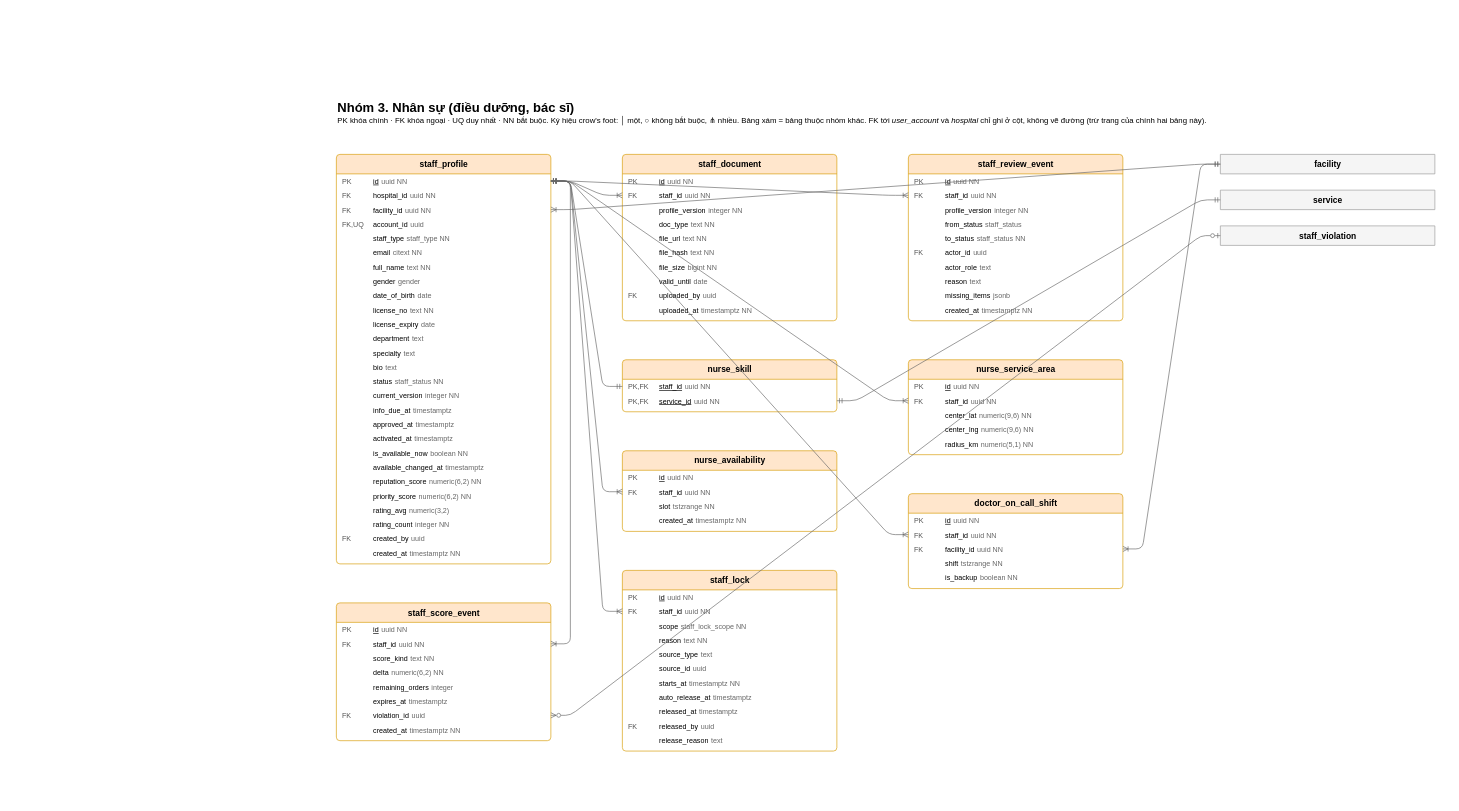
Above: page "03. Nhân sự (điều dưỡng, bác sĩ)" (5 of 16) of docs/design/erd_diagram.drawio in NguyenHuuPhuc-Dev21/HealthCareSystem (draw.io), before the change. Source tidied: cells renumbered, new cells numbered last; positions are measured from the earlier drawing's top-left corner, leaving out a move shared by most shapes. Both pictures are drawn from the tidied source at 65%, with x=0, y=0 at pixel (336, 96).
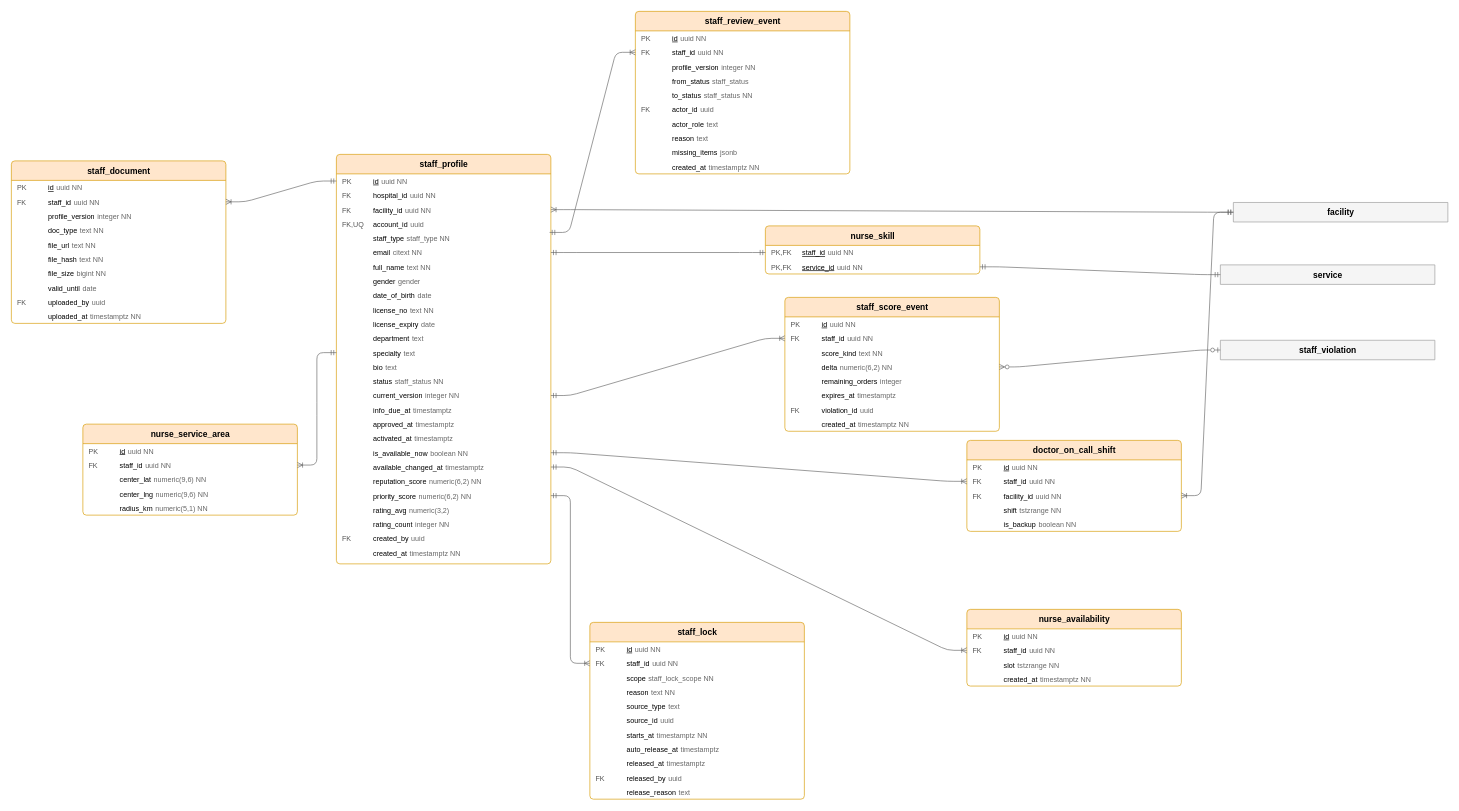
After the change.

The change refers to these unchanged cells:
```xml
<mxCell id="4" value="&lt;table style=&quot;width:100%;font-size:11px&quot;&gt;&lt;tr&gt;&lt;td style=&quot;width:44px;color:#555&quot;&gt;PK&lt;/td&gt;&lt;td&gt;&lt;u&gt;id&lt;/u&gt;&lt;/td&gt;&lt;td style=&quot;text-align:right;color:#666&quot;&gt;uuid NN&lt;/td&gt;&lt;/tr&gt;&lt;/table&gt;" style="text;html=1;strokeColor=none;fillColor=none;align=left;verticalAlign=middle;spacingLeft=4;spacingRight=4;overflow=hidden;points=[[0,0.5],[1,0.5]];portConstraint=eastwest;fontSize=11;" parent="3" vertex="1">
  <mxGeometry y="30" width="330" height="22" as="geometry" />
</mxCell>
<mxCell id="8" value="&lt;table style=&quot;width:100%;font-size:11px&quot;&gt;&lt;tr&gt;&lt;td style=&quot;width:44px;color:#555&quot;&gt;&lt;/td&gt;&lt;td&gt;staff_type&lt;/td&gt;&lt;td style=&quot;text-align:right;color:#666&quot;&gt;staff_type NN&lt;/td&gt;&lt;/tr&gt;&lt;/table&gt;" style="text;html=1;strokeColor=none;fillColor=none;align=left;verticalAlign=middle;spacingLeft=4;spacingRight=4;overflow=hidden;points=[[0,0.5],[1,0.5]];portConstraint=eastwest;fontSize=11;" parent="3" vertex="1">
  <mxGeometry y="118" width="330" height="22" as="geometry" />
</mxCell>
<mxCell id="9" value="&lt;table style=&quot;width:100%;font-size:11px&quot;&gt;&lt;tr&gt;&lt;td style=&quot;width:44px;color:#555&quot;&gt;&lt;/td&gt;&lt;td&gt;email&lt;/td&gt;&lt;td style=&quot;text-align:right;color:#666&quot;&gt;citext NN&lt;/td&gt;&lt;/tr&gt;&lt;/table&gt;" style="text;html=1;strokeColor=none;fillColor=none;align=left;verticalAlign=middle;spacingLeft=4;spacingRight=4;overflow=hidden;points=[[0,0.5],[1,0.5]];portConstraint=eastwest;fontSize=11;" parent="3" vertex="1">
  <mxGeometry y="140" width="330" height="22" as="geometry" />
</mxCell>
<mxCell id="16" value="&lt;table style=&quot;width:100%;font-size:11px&quot;&gt;&lt;tr&gt;&lt;td style=&quot;width:44px;color:#555&quot;&gt;&lt;/td&gt;&lt;td&gt;specialty&lt;/td&gt;&lt;td style=&quot;text-align:right;color:#666&quot;&gt;text&lt;/td&gt;&lt;/tr&gt;&lt;/table&gt;" style="text;html=1;strokeColor=none;fillColor=none;align=left;verticalAlign=middle;spacingLeft=4;spacingRight=4;overflow=hidden;points=[[0,0.5],[1,0.5]];portConstraint=eastwest;fontSize=11;" parent="3" vertex="1">
  <mxGeometry y="294" width="330" height="22" as="geometry" />
</mxCell>
<mxCell id="19" value="&lt;table style=&quot;width:100%;font-size:11px&quot;&gt;&lt;tr&gt;&lt;td style=&quot;width:44px;color:#555&quot;&gt;&lt;/td&gt;&lt;td&gt;current_version&lt;/td&gt;&lt;td style=&quot;text-align:right;color:#666&quot;&gt;integer NN&lt;/td&gt;&lt;/tr&gt;&lt;/table&gt;" style="text;html=1;strokeColor=none;fillColor=none;align=left;verticalAlign=middle;spacingLeft=4;spacingRight=4;overflow=hidden;points=[[0,0.5],[1,0.5]];portConstraint=eastwest;fontSize=11;" parent="3" vertex="1">
  <mxGeometry y="360" width="330" height="22" as="geometry" />
</mxCell>
<mxCell id="23" value="&lt;table style=&quot;width:100%;font-size:11px&quot;&gt;&lt;tr&gt;&lt;td style=&quot;width:44px;color:#555&quot;&gt;&lt;/td&gt;&lt;td&gt;is_available_now&lt;/td&gt;&lt;td style=&quot;text-align:right;color:#666&quot;&gt;boolean NN&lt;/td&gt;&lt;/tr&gt;&lt;/table&gt;" style="text;html=1;strokeColor=none;fillColor=none;align=left;verticalAlign=middle;spacingLeft=4;spacingRight=4;overflow=hidden;points=[[0,0.5],[1,0.5]];portConstraint=eastwest;fontSize=11;" parent="3" vertex="1">
  <mxGeometry y="448" width="330" height="22" as="geometry" />
</mxCell>
<mxCell id="24" value="&lt;table style=&quot;width:100%;font-size:11px&quot;&gt;&lt;tr&gt;&lt;td style=&quot;width:44px;color:#555&quot;&gt;&lt;/td&gt;&lt;td&gt;available_changed_at&lt;/td&gt;&lt;td style=&quot;text-align:right;color:#666&quot;&gt;timestamptz&lt;/td&gt;&lt;/tr&gt;&lt;/table&gt;" style="text;html=1;strokeColor=none;fillColor=none;align=left;verticalAlign=middle;spacingLeft=4;spacingRight=4;overflow=hidden;points=[[0,0.5],[1,0.5]];portConstraint=eastwest;fontSize=11;" parent="3" vertex="1">
  <mxGeometry y="470" width="330" height="22" as="geometry" />
</mxCell>
<mxCell id="26" value="&lt;table style=&quot;width:100%;font-size:11px&quot;&gt;&lt;tr&gt;&lt;td style=&quot;width:44px;color:#555&quot;&gt;&lt;/td&gt;&lt;td&gt;priority_score&lt;/td&gt;&lt;td style=&quot;text-align:right;color:#666&quot;&gt;numeric(6,2) NN&lt;/td&gt;&lt;/tr&gt;&lt;/table&gt;" style="text;html=1;strokeColor=none;fillColor=none;align=left;verticalAlign=middle;spacingLeft=4;spacingRight=4;overflow=hidden;points=[[0,0.5],[1,0.5]];portConstraint=eastwest;fontSize=11;" parent="3" vertex="1">
  <mxGeometry y="514" width="330" height="22" as="geometry" />
</mxCell>
<mxCell id="33" value="&lt;table style=&quot;width:100%;font-size:11px&quot;&gt;&lt;tr&gt;&lt;td style=&quot;width:44px;color:#555&quot;&gt;FK&lt;/td&gt;&lt;td&gt;staff_id&lt;/td&gt;&lt;td style=&quot;text-align:right;color:#666&quot;&gt;uuid NN&lt;/td&gt;&lt;/tr&gt;&lt;/table&gt;" style="text;html=1;strokeColor=none;fillColor=none;align=left;verticalAlign=middle;spacingLeft=4;spacingRight=4;overflow=hidden;points=[[0,0.5],[1,0.5]];portConstraint=eastwest;fontSize=11;" parent="31" vertex="1">
  <mxGeometry y="52" width="330" height="22" as="geometry" />
</mxCell>
<mxCell id="44" value="&lt;table style=&quot;width:100%;font-size:11px&quot;&gt;&lt;tr&gt;&lt;td style=&quot;width:44px;color:#555&quot;&gt;FK&lt;/td&gt;&lt;td&gt;staff_id&lt;/td&gt;&lt;td style=&quot;text-align:right;color:#666&quot;&gt;uuid NN&lt;/td&gt;&lt;/tr&gt;&lt;/table&gt;" style="text;html=1;strokeColor=none;fillColor=none;align=left;verticalAlign=middle;spacingLeft=4;spacingRight=4;overflow=hidden;points=[[0,0.5],[1,0.5]];portConstraint=eastwest;fontSize=11;" parent="42" vertex="1">
  <mxGeometry y="52" width="330" height="22" as="geometry" />
</mxCell>
<mxCell id="54" value="&lt;table style=&quot;width:100%;font-size:11px&quot;&gt;&lt;tr&gt;&lt;td style=&quot;width:44px;color:#555&quot;&gt;PK,FK&lt;/td&gt;&lt;td&gt;&lt;u&gt;staff_id&lt;/u&gt;&lt;/td&gt;&lt;td style=&quot;text-align:right;color:#666&quot;&gt;uuid NN&lt;/td&gt;&lt;/tr&gt;&lt;/table&gt;" style="text;html=1;strokeColor=none;fillColor=none;align=left;verticalAlign=middle;spacingLeft=4;spacingRight=4;overflow=hidden;points=[[0,0.5],[1,0.5]];portConstraint=eastwest;fontSize=11;" parent="53" vertex="1">
  <mxGeometry y="30" width="330" height="22" as="geometry" />
</mxCell>
<mxCell id="58" value="&lt;table style=&quot;width:100%;font-size:11px&quot;&gt;&lt;tr&gt;&lt;td style=&quot;width:44px;color:#555&quot;&gt;FK&lt;/td&gt;&lt;td&gt;staff_id&lt;/td&gt;&lt;td style=&quot;text-align:right;color:#666&quot;&gt;uuid NN&lt;/td&gt;&lt;/tr&gt;&lt;/table&gt;" style="text;html=1;strokeColor=none;fillColor=none;align=left;verticalAlign=middle;spacingLeft=4;spacingRight=4;overflow=hidden;points=[[0,0.5],[1,0.5]];portConstraint=eastwest;fontSize=11;" parent="56" vertex="1">
  <mxGeometry y="52" width="330" height="22" as="geometry" />
</mxCell>
<mxCell id="64" value="&lt;table style=&quot;width:100%;font-size:11px&quot;&gt;&lt;tr&gt;&lt;td style=&quot;width:44px;color:#555&quot;&gt;FK&lt;/td&gt;&lt;td&gt;staff_id&lt;/td&gt;&lt;td style=&quot;text-align:right;color:#666&quot;&gt;uuid NN&lt;/td&gt;&lt;/tr&gt;&lt;/table&gt;" style="text;html=1;strokeColor=none;fillColor=none;align=left;verticalAlign=middle;spacingLeft=4;spacingRight=4;overflow=hidden;points=[[0,0.5],[1,0.5]];portConstraint=eastwest;fontSize=11;" parent="62" vertex="1">
  <mxGeometry y="52" width="330" height="22" as="geometry" />
</mxCell>
<mxCell id="69" value="&lt;table style=&quot;width:100%;font-size:11px&quot;&gt;&lt;tr&gt;&lt;td style=&quot;width:44px;color:#555&quot;&gt;FK&lt;/td&gt;&lt;td&gt;staff_id&lt;/td&gt;&lt;td style=&quot;text-align:right;color:#666&quot;&gt;uuid NN&lt;/td&gt;&lt;/tr&gt;&lt;/table&gt;" style="text;html=1;strokeColor=none;fillColor=none;align=left;verticalAlign=middle;spacingLeft=4;spacingRight=4;overflow=hidden;points=[[0,0.5],[1,0.5]];portConstraint=eastwest;fontSize=11;" parent="67" vertex="1">
  <mxGeometry y="52" width="330" height="22" as="geometry" />
</mxCell>
<mxCell id="75" value="&lt;table style=&quot;width:100%;font-size:11px&quot;&gt;&lt;tr&gt;&lt;td style=&quot;width:44px;color:#555&quot;&gt;FK&lt;/td&gt;&lt;td&gt;staff_id&lt;/td&gt;&lt;td style=&quot;text-align:right;color:#666&quot;&gt;uuid NN&lt;/td&gt;&lt;/tr&gt;&lt;/table&gt;" style="text;html=1;strokeColor=none;fillColor=none;align=left;verticalAlign=middle;spacingLeft=4;spacingRight=4;overflow=hidden;points=[[0,0.5],[1,0.5]];portConstraint=eastwest;fontSize=11;" parent="73" vertex="1">
  <mxGeometry y="52" width="330" height="22" as="geometry" />
</mxCell>
<mxCell id="87" value="&lt;table style=&quot;width:100%;font-size:11px&quot;&gt;&lt;tr&gt;&lt;td style=&quot;width:44px;color:#555&quot;&gt;FK&lt;/td&gt;&lt;td&gt;staff_id&lt;/td&gt;&lt;td style=&quot;text-align:right;color:#666&quot;&gt;uuid NN&lt;/td&gt;&lt;/tr&gt;&lt;/table&gt;" style="text;html=1;strokeColor=none;fillColor=none;align=left;verticalAlign=middle;spacingLeft=4;spacingRight=4;overflow=hidden;points=[[0,0.5],[1,0.5]];portConstraint=eastwest;fontSize=11;" parent="85" vertex="1">
  <mxGeometry y="52" width="330" height="22" as="geometry" />
</mxCell>
<mxCell id="89" value="&lt;table style=&quot;width:100%;font-size:11px&quot;&gt;&lt;tr&gt;&lt;td style=&quot;width:44px;color:#555&quot;&gt;&lt;/td&gt;&lt;td&gt;delta&lt;/td&gt;&lt;td style=&quot;text-align:right;color:#666&quot;&gt;numeric(6,2) NN&lt;/td&gt;&lt;/tr&gt;&lt;/table&gt;" style="text;html=1;strokeColor=none;fillColor=none;align=left;verticalAlign=middle;spacingLeft=4;spacingRight=4;overflow=hidden;points=[[0,0.5],[1,0.5]];portConstraint=eastwest;fontSize=11;" parent="85" vertex="1">
  <mxGeometry y="96" width="330" height="22" as="geometry" />
</mxCell>
<mxCell id="92" value="&lt;table style=&quot;width:100%;font-size:11px&quot;&gt;&lt;tr&gt;&lt;td style=&quot;width:44px;color:#555&quot;&gt;FK&lt;/td&gt;&lt;td&gt;violation_id&lt;/td&gt;&lt;td style=&quot;text-align:right;color:#666&quot;&gt;uuid&lt;/td&gt;&lt;/tr&gt;&lt;/table&gt;" style="text;html=1;strokeColor=none;fillColor=none;align=left;verticalAlign=middle;spacingLeft=4;spacingRight=4;overflow=hidden;points=[[0,0.5],[1,0.5]];portConstraint=eastwest;fontSize=11;" parent="85" vertex="1">
  <mxGeometry y="162" width="330" height="22" as="geometry" />
</mxCell>
```

Diff of the diagram source:
```diff
@@
-    <mxCell id="2" value="&lt;b style=font-size:20px&gt;Nhóm 3. Nhân sự (điều dưỡng, bác sĩ)&lt;/b&gt;&lt;br&gt;PK khóa chính · FK khóa ngoại · UQ duy nhất · NN bắt buộc. Ký hiệu crow&amp;#39;s foot: │ một, ○ không bắt buộc, ⋔ nhiều. Bảng xám = bảng thuộc nhóm khác. FK tới &lt;i&gt;user_account&lt;/i&gt; và &lt;i&gt;hospital&lt;/i&gt; chỉ ghi ở cột, không vẽ đường (trừ trang của chính hai bảng này)." style="text;html=1;align=left;verticalAlign=top;whiteSpace=wrap;fontSize=12;" parent="1" vertex="1">
-      <mxGeometry width="1500" height="70" as="geometry" />
-    </mxCell>
@@
     <mxCell id="31" value="staff_document" style="swimlane;fontStyle=1;horizontal=1;startSize=30;fillColor=#ffe6cc;strokeColor=#d79b00;rounded=1;arcSize=6;fontSize=13;html=1;" parent="1" vertex="1">
-      <mxGeometry x="440" y="90" width="330" height="256" as="geometry" />
+      <mxGeometry x="-500" y="100" width="330" height="250" as="geometry" />
     </mxCell>
@@
     <mxCell id="42" value="staff_review_event" style="swimlane;fontStyle=1;horizontal=1;startSize=30;fillColor=#ffe6cc;strokeColor=#d79b00;rounded=1;arcSize=6;fontSize=13;html=1;" parent="1" vertex="1">
-      <mxGeometry x="880" y="90" width="330" height="256" as="geometry" />
+      <mxGeometry x="460" y="-130" width="330" height="250" as="geometry" />
     </mxCell>
@@
     <mxCell id="53" value="nurse_skill" style="swimlane;fontStyle=1;horizontal=1;startSize=30;fillColor=#ffe6cc;strokeColor=#d79b00;rounded=1;arcSize=6;fontSize=13;html=1;" parent="1" vertex="1">
-      <mxGeometry x="440" y="406" width="330" height="80" as="geometry" />
+      <mxGeometry x="660" y="200" width="330" height="74" as="geometry" />
     </mxCell>
@@
     <mxCell id="56" value="nurse_service_area" style="swimlane;fontStyle=1;horizontal=1;startSize=30;fillColor=#ffe6cc;strokeColor=#d79b00;rounded=1;arcSize=6;fontSize=13;html=1;" parent="1" vertex="1">
-      <mxGeometry x="880" y="406" width="330" height="146" as="geometry" />
+      <mxGeometry x="-390" y="505" width="330" height="140" as="geometry" />
     </mxCell>
@@
     <mxCell id="62" value="nurse_availability" style="swimlane;fontStyle=1;horizontal=1;startSize=30;fillColor=#ffe6cc;strokeColor=#d79b00;rounded=1;arcSize=6;fontSize=13;html=1;" parent="1" vertex="1">
-      <mxGeometry x="440" y="546" width="330" height="124" as="geometry" />
+      <mxGeometry x="970" y="790" width="330" height="118" as="geometry" />
     </mxCell>
@@
     <mxCell id="67" value="doctor_on_call_shift" style="swimlane;fontStyle=1;horizontal=1;startSize=30;fillColor=#ffe6cc;strokeColor=#d79b00;rounded=1;arcSize=6;fontSize=13;html=1;" parent="1" vertex="1">
-      <mxGeometry x="880" y="612" width="330" height="146" as="geometry" />
+      <mxGeometry x="970" y="530" width="330" height="140" as="geometry" />
     </mxCell>
@@
     <mxCell id="73" value="staff_lock" style="swimlane;fontStyle=1;horizontal=1;startSize=30;fillColor=#ffe6cc;strokeColor=#d79b00;rounded=1;arcSize=6;fontSize=13;html=1;" parent="1" vertex="1">
-      <mxGeometry x="440" y="730" width="330" height="278" as="geometry" />
+      <mxGeometry x="390" y="810" width="330" height="272" as="geometry" />
     </mxCell>
@@
     <mxCell id="85" value="staff_score_event" style="swimlane;fontStyle=1;horizontal=1;startSize=30;fillColor=#ffe6cc;strokeColor=#d79b00;rounded=1;arcSize=6;fontSize=13;html=1;" parent="1" vertex="1">
-      <mxGeometry y="780" width="330" height="212" as="geometry" />
+      <mxGeometry x="690" y="310" width="330" height="206" as="geometry" />
     </mxCell>
@@
     <mxCell id="94" value="facility" style="swimlane;fontStyle=1;horizontal=1;startSize=30;fillColor=#f5f5f5;strokeColor=#999999;rounded=1;arcSize=6;fontSize=13;html=1;" parent="1" vertex="1">
-      <mxGeometry x="1360" y="90" width="330" height="30" as="geometry" />
+      <mxGeometry x="1380" y="164" width="330" height="30" as="geometry" />
     </mxCell>
     <mxCell id="95" value="service" style="swimlane;fontStyle=1;horizontal=1;startSize=30;fillColor=#f5f5f5;strokeColor=#999999;rounded=1;arcSize=6;fontSize=13;html=1;" parent="1" vertex="1">
-      <mxGeometry x="1360" y="145" width="330" height="30" as="geometry" />
+      <mxGeometry x="1360" y="260" width="330" height="30" as="geometry" />
     </mxCell>
     <mxCell id="96" value="staff_violation" style="swimlane;fontStyle=1;horizontal=1;startSize=30;fillColor=#f5f5f5;strokeColor=#999999;rounded=1;arcSize=6;fontSize=13;html=1;" parent="1" vertex="1">
-      <mxGeometry x="1360" y="200" width="330" height="30" as="geometry" />
+      <mxGeometry x="1360" y="376" width="330" height="30" as="geometry" />
     </mxCell>
@@
-    <mxCell id="98" style="edgeStyle=entityRelationEdgeStyle;fontSize=12;html=1;endArrow=ERmandOne;startArrow=ERoneToMany;endFill=0;startFill=0;strokeColor=#666666;rounded=1;" parent="1" edge="1" source="33" target="4">
+    <mxCell id="98" style="edgeStyle=entityRelationEdgeStyle;fontSize=12;html=1;endArrow=ERmandOne;startArrow=ERoneToMany;endFill=0;startFill=0;strokeColor=#666666;rounded=1;entryX=0;entryY=0.5;entryDx=0;entryDy=0;" parent="1" edge="1" source="33" target="4">
       <mxGeometry relative="1" as="geometry" />
     </mxCell>
-    <mxCell id="99" style="edgeStyle=entityRelationEdgeStyle;fontSize=12;html=1;endArrow=ERmandOne;startArrow=ERoneToMany;endFill=0;startFill=0;strokeColor=#666666;rounded=1;" parent="1" edge="1" source="44" target="4">
+    <mxCell id="99" style="edgeStyle=entityRelationEdgeStyle;fontSize=12;html=1;endArrow=ERmandOne;startArrow=ERoneToMany;endFill=0;startFill=0;strokeColor=#666666;rounded=1;entryX=0.994;entryY=0.096;entryDx=0;entryDy=0;entryPerimeter=0;" parent="1" edge="1" source="44" target="8">
       <mxGeometry relative="1" as="geometry" />
     </mxCell>
-    <mxCell id="100" style="edgeStyle=entityRelationEdgeStyle;fontSize=12;html=1;endArrow=ERmandOne;startArrow=ERmandOne;endFill=0;startFill=0;strokeColor=#666666;rounded=1;" parent="1" edge="1" source="54" target="4">
+    <mxCell id="100" style="edgeStyle=entityRelationEdgeStyle;fontSize=12;html=1;endArrow=ERmandOne;startArrow=ERmandOne;endFill=0;startFill=0;strokeColor=#666666;rounded=1;entryX=1;entryY=0.5;entryDx=0;entryDy=0;" parent="1" edge="1" source="54" target="9">
       <mxGeometry relative="1" as="geometry" />
     </mxCell>
-    <mxCell id="101" style="edgeStyle=entityRelationEdgeStyle;fontSize=12;html=1;endArrow=ERmandOne;startArrow=ERoneToMany;endFill=0;startFill=0;strokeColor=#666666;rounded=1;" parent="1" edge="1" source="58" target="4">
+    <mxCell id="101" style="edgeStyle=entityRelationEdgeStyle;fontSize=12;html=1;endArrow=ERmandOne;startArrow=ERoneToMany;endFill=0;startFill=0;strokeColor=#666666;rounded=1;entryX=0;entryY=0.5;entryDx=0;entryDy=0;" parent="1" edge="1" source="58" target="16">
       <mxGeometry relative="1" as="geometry" />
     </mxCell>
-    <mxCell id="102" style="edgeStyle=entityRelationEdgeStyle;fontSize=12;html=1;endArrow=ERmandOne;startArrow=ERoneToMany;endFill=0;startFill=0;strokeColor=#666666;rounded=1;" parent="1" edge="1" source="64" target="4">
+    <mxCell id="102" style="edgeStyle=entityRelationEdgeStyle;fontSize=12;html=1;endArrow=ERmandOne;startArrow=ERoneToMany;endFill=0;startFill=0;strokeColor=#666666;rounded=1;entryX=1;entryY=0.5;entryDx=0;entryDy=0;" parent="1" edge="1" source="64" target="24">
       <mxGeometry relative="1" as="geometry" />
     </mxCell>
-    <mxCell id="103" style="edgeStyle=entityRelationEdgeStyle;fontSize=12;html=1;endArrow=ERmandOne;startArrow=ERoneToMany;endFill=0;startFill=0;strokeColor=#666666;rounded=1;" parent="1" edge="1" source="69" target="4">
+    <mxCell id="103" style="edgeStyle=entityRelationEdgeStyle;fontSize=12;html=1;endArrow=ERmandOne;startArrow=ERoneToMany;endFill=0;startFill=0;strokeColor=#666666;rounded=1;entryX=1;entryY=0.5;entryDx=0;entryDy=0;" parent="1" edge="1" source="69" target="23">
       <mxGeometry relative="1" as="geometry" />
     </mxCell>
@@
-    <mxCell id="105" style="edgeStyle=entityRelationEdgeStyle;fontSize=12;html=1;endArrow=ERmandOne;startArrow=ERoneToMany;endFill=0;startFill=0;strokeColor=#666666;rounded=1;" parent="1" edge="1" source="75" target="4">
+    <mxCell id="105" style="edgeStyle=entityRelationEdgeStyle;fontSize=12;html=1;endArrow=ERmandOne;startArrow=ERoneToMany;endFill=0;startFill=0;strokeColor=#666666;rounded=1;entryX=1;entryY=0.5;entryDx=0;entryDy=0;" parent="1" edge="1" source="75" target="26">
       <mxGeometry relative="1" as="geometry" />
     </mxCell>
-    <mxCell id="106" style="edgeStyle=entityRelationEdgeStyle;fontSize=12;html=1;endArrow=ERmandOne;startArrow=ERoneToMany;endFill=0;startFill=0;strokeColor=#666666;rounded=1;" parent="1" edge="1" source="87" target="4">
+    <mxCell id="106" style="edgeStyle=entityRelationEdgeStyle;fontSize=12;html=1;endArrow=ERmandOne;startArrow=ERoneToMany;endFill=0;startFill=0;strokeColor=#666666;rounded=1;entryX=1;entryY=0.5;entryDx=0;entryDy=0;" parent="1" edge="1" source="87" target="19">
       <mxGeometry relative="1" as="geometry" />
     </mxCell>
@@
-    <mxCell id="108" style="edgeStyle=entityRelationEdgeStyle;fontSize=12;html=1;endArrow=ERzeroToOne;startArrow=ERzeroToMany;endFill=0;startFill=0;strokeColor=#666666;rounded=1;" parent="1" edge="1" source="92" target="96">
+    <mxCell id="108" style="edgeStyle=entityRelationEdgeStyle;fontSize=12;html=1;endArrow=ERzeroToOne;startArrow=ERzeroToMany;endFill=0;startFill=0;strokeColor=#666666;rounded=1;exitX=1;exitY=0.5;exitDx=0;exitDy=0;" parent="1" edge="1" source="89" target="96">
       <mxGeometry relative="1" as="geometry" />
     </mxCell>
```
